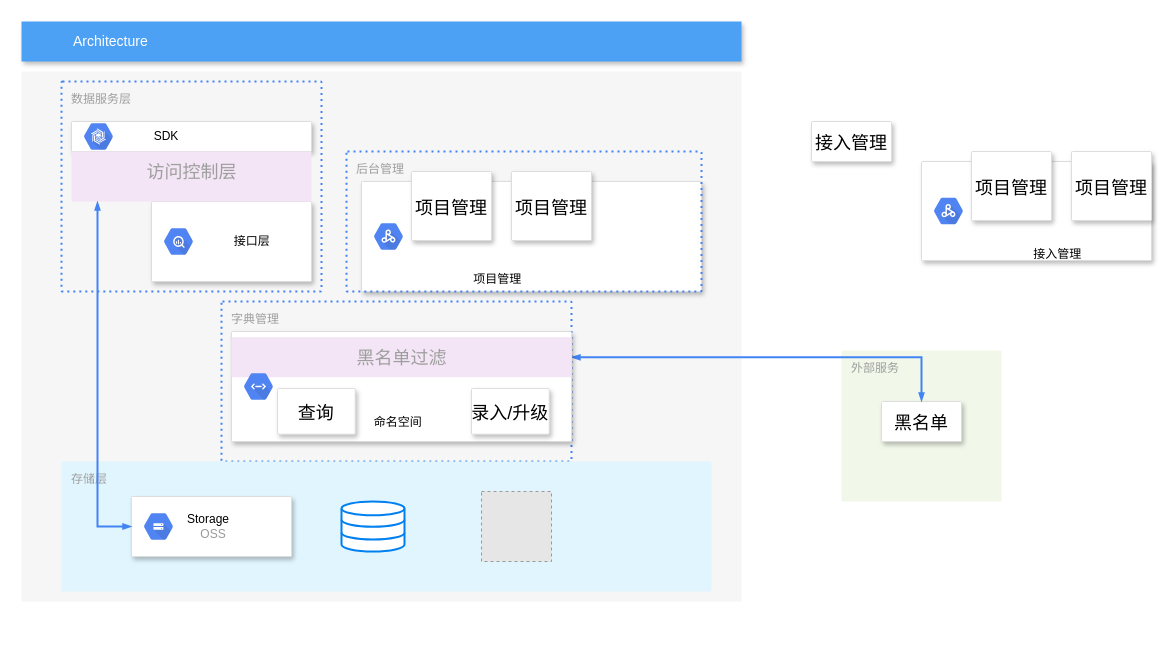
The draw.io diagram craft/tr_arch_1.drawio in feihu618/drawio, before the edit. Source tidied: cells renumbered, new cells numbered last; positions are measured from the earlier drawing's top-left corner, leaving out a move shared by most shapes. Both pictures are drawn from the tidied source at 100%, with x=0, y=0 at pixel (21, 21). Pictures stored in the file or linked from it are replaced by grey dashed boxes.
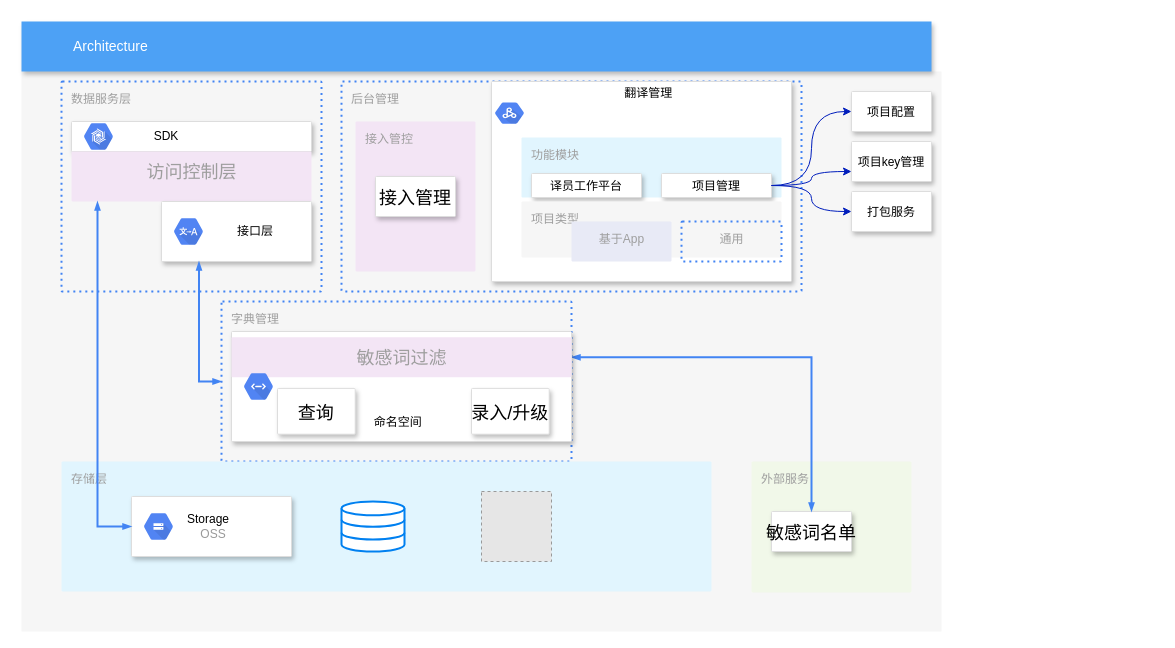
The same page after the edit.

Unchanged cells that the change refers to:
```xml
<mxCell id="3" value="字典管理" style="rounded=1;absoluteArcSize=1;arcSize=2;html=1;strokeColor=#4284F3;gradientColor=none;shadow=0;dashed=1;fontSize=12;fontColor=#9E9E9E;align=left;verticalAlign=top;spacing=10;spacingTop=-4;fillColor=none;dashPattern=1 2;strokeWidth=2;" parent="1" vertex="1">
  <mxGeometry x="200" y="280" width="350" height="160" as="geometry" />
</mxCell>
<mxCell id="24" style="strokeColor=#dddddd;shadow=1;strokeWidth=1;rounded=1;absoluteArcSize=1;arcSize=2;fontSize=18;align=center;" parent="1" vertex="1">
  <mxGeometry x="210" y="310" width="340" height="110" as="geometry" />
</mxCell>
```

What changed in the source:
```diff
@@
     <mxCell id="2" style="fillColor=#F6F6F6;strokeColor=none;shadow=0;gradientColor=none;fontSize=14;align=left;spacing=10;fontColor=#717171;9E9E9E;verticalAlign=top;spacingTop=-4;fontStyle=0;spacingLeft=40;html=1;" parent="1" vertex="1">
-      <mxGeometry y="50" width="720" height="530" as="geometry" />
+      <mxGeometry y="50" width="920" height="560" as="geometry" />
     </mxCell>
@@
     <mxCell id="5" value="Architecture" style="fillColor=#4DA1F5;strokeColor=none;shadow=1;gradientColor=none;fontSize=14;align=left;spacingLeft=50;fontColor=#ffffff;html=1;" parent="1" vertex="1">
-      <mxGeometry width="720" height="40" as="geometry" />
+      <mxGeometry width="910" height="50" as="geometry" />
     </mxCell>
-    <mxCell id="6" style="strokeColor=#dddddd;fillColor=#ffffff;shadow=1;strokeWidth=1;rounded=1;absoluteArcSize=1;arcSize=2;fontSize=10;fontColor=#9E9E9E;align=center;html=1;" parent="1" vertex="1">
-      <mxGeometry x="340" y="160" width="340" height="110" as="geometry" />
-    </mxCell>
-    <mxCell id="7" value="&lt;font color=&quot;#000000&quot;&gt;&amp;nbsp; &amp;nbsp; &amp;nbsp; &amp;nbsp; &amp;nbsp; &lt;br&gt;&lt;br&gt;&lt;br&gt;&amp;nbsp; &amp;nbsp; &amp;nbsp; &amp;nbsp; &amp;nbsp; &amp;nbsp; &amp;nbsp; &amp;nbsp; &amp;nbsp; &amp;nbsp; &amp;nbsp; &amp;nbsp; &amp;nbsp; &amp;nbsp; &lt;br&gt;&lt;br&gt;&lt;br&gt;&amp;nbsp; &amp;nbsp; &amp;nbsp; &amp;nbsp; &amp;nbsp; &amp;nbsp; &amp;nbsp; &amp;nbsp; &amp;nbsp; &amp;nbsp; &amp;nbsp; &amp;nbsp; &amp;nbsp; &amp;nbsp; &amp;nbsp; &amp;nbsp; &amp;nbsp; &amp;nbsp; &amp;nbsp;项目管理&lt;/font&gt;" style="dashed=0;html=1;fillColor=#5184F3;strokeColor=none;shape=mxgraph.gcp2.hexIcon;prIcon=cloud_dataproc;labelPosition=right;verticalLabelPosition=middle;align=center;verticalAlign=middle;spacingLeft=5;fontColor=#999999;fontSize=12;" parent="6" vertex="1">
-      <mxGeometry y="0.5" width="44" height="39" relative="1" as="geometry">
-        <mxPoint x="5" y="-19.5" as="offset" />
-      </mxGeometry>
-    </mxCell>
-    <mxCell id="8" value="项目管理" style="strokeColor=#dddddd;shadow=1;strokeWidth=1;rounded=1;absoluteArcSize=1;arcSize=2;fontSize=18;align=center;" parent="6" vertex="1">
-      <mxGeometry x="50" y="-10" width="80" height="69" as="geometry" />
-    </mxCell>
-    <mxCell id="9" value="项目管理" style="strokeColor=#dddddd;shadow=1;strokeWidth=1;rounded=1;absoluteArcSize=1;arcSize=2;fontSize=18;align=center;" parent="6" vertex="1">
-      <mxGeometry x="150" y="-10" width="80" height="69" as="geometry" />
-    </mxCell>
-    <mxCell id="10" value="后台管理" style="rounded=1;absoluteArcSize=1;arcSize=2;html=1;strokeColor=#4284F3;gradientColor=none;shadow=0;dashed=1;fontSize=12;fontColor=#9E9E9E;align=left;verticalAlign=top;spacing=10;spacingTop=-4;fillColor=none;dashPattern=1 2;strokeWidth=2;" parent="6" vertex="1">
-      <mxGeometry x="-15" y="-30" width="355" height="140" as="geometry" />
-    </mxCell>
-    <mxCell id="11" style="strokeColor=#dddddd;fillColor=#ffffff;shadow=1;strokeWidth=1;rounded=1;absoluteArcSize=1;arcSize=2;fontSize=10;fontColor=#9E9E9E;align=center;html=1;" parent="1" vertex="1">
-      <mxGeometry x="130" y="180" width="160" height="80" as="geometry" />
-    </mxCell>
-    <mxCell id="12" value="&lt;font color=&quot;#000000&quot;&gt;&amp;nbsp; &amp;nbsp; &amp;nbsp; &amp;nbsp; 接口层&lt;/font&gt;" style="dashed=0;html=1;fillColor=#5184F3;strokeColor=none;shape=mxgraph.gcp2.hexIcon;prIcon=bigquery;labelPosition=right;verticalLabelPosition=middle;align=left;verticalAlign=middle;spacingLeft=5;fontColor=#999999;fontSize=12;" parent="11" vertex="1">
-      <mxGeometry y="0.5" width="44" height="39" relative="1" as="geometry">
-        <mxPoint x="5" y="-19.5" as="offset" />
-      </mxGeometry>
-    </mxCell>
@@
-    <mxCell id="20" value="接入管理" style="strokeColor=#dddddd;shadow=1;strokeWidth=1;rounded=1;absoluteArcSize=1;arcSize=2;fontSize=18;align=center;" parent="1" vertex="1">
-      <mxGeometry x="790" y="100" width="80" height="40" as="geometry" />
-    </mxCell>
     <mxCell id="21" value="外部服务" style="sketch=0;rounded=1;absoluteArcSize=1;arcSize=2;html=1;strokeColor=none;gradientColor=none;shadow=0;dashed=0;fontSize=12;fontColor=#9E9E9E;align=left;verticalAlign=top;spacing=10;spacingTop=-4;fillColor=#F1F8E9;" parent="1" vertex="1">
-      <mxGeometry x="820" y="329" width="160" height="151" as="geometry" />
+      <mxGeometry x="730" y="440" width="160" height="131" as="geometry" />
     </mxCell>
-    <mxCell id="22" value="黑名单" style="strokeColor=#dddddd;shadow=1;strokeWidth=1;rounded=1;absoluteArcSize=1;arcSize=2;fontSize=18;align=center;" parent="1" vertex="1">
-      <mxGeometry x="860" y="380" width="80" height="40" as="geometry" />
+    <mxCell id="22" value="敏感词名单" style="strokeColor=#dddddd;shadow=1;strokeWidth=1;rounded=1;absoluteArcSize=1;arcSize=2;fontSize=18;align=center;" parent="1" vertex="1">
+      <mxGeometry x="750" y="490" width="80" height="40" as="geometry" />
     </mxCell>
@@
-    <mxCell id="25" value="&lt;span style=&quot;font-size: 18px&quot;&gt;黑名单过滤&lt;/span&gt;" style="sketch=0;points=[[0,0,0],[0.25,0,0],[0.5,0,0],[0.75,0,0],[1,0,0],[1,0.25,0],[1,0.5,0],[1,0.75,0],[1,1,0],[0.75,1,0],[0.5,1,0],[0.25,1,0],[0,1,0],[0,0.75,0],[0,0.5,0],[0,0.25,0]];rounded=1;absoluteArcSize=1;arcSize=2;html=1;strokeColor=none;gradientColor=none;shadow=0;dashed=0;fontSize=12;fontColor=#9E9E9E;align=center;verticalAlign=top;spacing=10;spacingTop=-4;fillColor=#F3E5F5;" parent="24" vertex="1">
+    <mxCell id="25" value="&lt;span style=&quot;font-size: 18px&quot;&gt;敏感词过滤&lt;/span&gt;" style="sketch=0;points=[[0,0,0],[0.25,0,0],[0.5,0,0],[0.75,0,0],[1,0,0],[1,0.25,0],[1,0.5,0],[1,0.75,0],[1,1,0],[0.75,1,0],[0.5,1,0],[0.25,1,0],[0,1,0],[0,0.75,0],[0,0.5,0],[0,0.25,0]];rounded=1;absoluteArcSize=1;arcSize=2;html=1;strokeColor=none;gradientColor=none;shadow=0;dashed=0;fontSize=12;fontColor=#9E9E9E;align=center;verticalAlign=top;spacing=10;spacingTop=-4;fillColor=#F3E5F5;" parent="24" vertex="1">
       <mxGeometry y="5.7" width="340" height="40.1" as="geometry" />
     </mxCell>
@@
-    <mxCell id="29" style="strokeColor=#dddddd;fillColor=#ffffff;shadow=1;strokeWidth=1;rounded=1;absoluteArcSize=1;arcSize=2;fontSize=10;fontColor=#9E9E9E;align=center;html=1;" parent="1" vertex="1">
-      <mxGeometry x="900" y="140" width="230" height="99" as="geometry" />
-    </mxCell>
-    <mxCell id="30" value="&lt;font color=&quot;#000000&quot;&gt;&amp;nbsp; &amp;nbsp; &amp;nbsp; &amp;nbsp; &amp;nbsp; &lt;br&gt;&lt;br&gt;&lt;br&gt;&amp;nbsp; &amp;nbsp; &amp;nbsp; &amp;nbsp; &amp;nbsp; &amp;nbsp; &amp;nbsp; &amp;nbsp; &amp;nbsp; &amp;nbsp; &amp;nbsp; &amp;nbsp; &amp;nbsp; &amp;nbsp; &lt;br&gt;&lt;br&gt;&lt;br&gt;&amp;nbsp; &amp;nbsp; &amp;nbsp; &amp;nbsp; &amp;nbsp; &amp;nbsp; &amp;nbsp; &amp;nbsp; &amp;nbsp; &amp;nbsp; &amp;nbsp; &amp;nbsp; &amp;nbsp; &amp;nbsp; &amp;nbsp; &amp;nbsp; &amp;nbsp; &amp;nbsp; &amp;nbsp;接入管理&lt;/font&gt;" style="dashed=0;html=1;fillColor=#5184F3;strokeColor=none;shape=mxgraph.gcp2.hexIcon;prIcon=cloud_dataproc;labelPosition=right;verticalLabelPosition=middle;align=center;verticalAlign=middle;spacingLeft=5;fontColor=#999999;fontSize=12;" parent="29" vertex="1">
-      <mxGeometry y="0.5" width="44" height="39" relative="1" as="geometry">
-        <mxPoint x="5" y="-19.5" as="offset" />
-      </mxGeometry>
-    </mxCell>
-    <mxCell id="31" value="项目管理" style="strokeColor=#dddddd;shadow=1;strokeWidth=1;rounded=1;absoluteArcSize=1;arcSize=2;fontSize=18;align=center;" parent="29" vertex="1">
-      <mxGeometry x="50" y="-10" width="80" height="69" as="geometry" />
-    </mxCell>
-    <mxCell id="32" value="项目管理" style="strokeColor=#dddddd;shadow=1;strokeWidth=1;rounded=1;absoluteArcSize=1;arcSize=2;fontSize=18;align=center;" parent="29" vertex="1">
-      <mxGeometry x="150" y="-10" width="80" height="69" as="geometry" />
-    </mxCell>
@@
+    <mxCell id="10" value="后台管理" style="rounded=1;absoluteArcSize=1;arcSize=2;html=1;strokeColor=#4284F3;gradientColor=none;shadow=0;dashed=1;fontSize=12;fontColor=#9E9E9E;align=left;verticalAlign=top;spacing=10;spacingTop=-4;fillColor=none;dashPattern=1 2;strokeWidth=2;" parent="1" vertex="1">
+      <mxGeometry x="320" y="60" width="460" height="210" as="geometry" />
+    </mxCell>
+    <mxCell id="35" style="group;" parent="1" vertex="1">
+      <mxGeometry x="334" y="100" width="120" height="150" as="geometry" />
+    </mxCell>
+    <mxCell id="36" value="接入管控" style="sketch=0;rounded=1;absoluteArcSize=1;arcSize=2;html=1;strokeColor=none;gradientColor=none;shadow=0;dashed=0;fontSize=12;fontColor=#9E9E9E;align=left;verticalAlign=top;spacing=10;spacingTop=-4;fillColor=#F3E5F5;" parent="35" vertex="1">
+      <mxGeometry width="120" height="150" as="geometry" />
+    </mxCell>
+    <mxCell id="20" value="接入管理" style="strokeColor=#dddddd;shadow=1;strokeWidth=1;rounded=1;absoluteArcSize=1;arcSize=2;fontSize=18;align=center;" parent="35" vertex="1">
+      <mxGeometry x="20" y="55" width="80" height="40" as="geometry" />
+    </mxCell>
+    <mxCell id="37" style="group;" parent="1" vertex="1">
+      <mxGeometry x="470" y="60" width="300" height="200" as="geometry" />
+    </mxCell>
+    <mxCell id="6" style="strokeColor=#dddddd;fillColor=#ffffff;shadow=1;strokeWidth=1;rounded=1;absoluteArcSize=1;arcSize=2;fontSize=10;fontColor=#9E9E9E;align=center;html=1;" parent="37" vertex="1">
+      <mxGeometry width="300" height="200" as="geometry" />
+    </mxCell>
+    <mxCell id="7" value="&lt;font color=&quot;#000000&quot;&gt;&amp;nbsp; &amp;nbsp; &amp;nbsp; &amp;nbsp; &amp;nbsp; &amp;nbsp; &amp;nbsp; &amp;nbsp; &amp;nbsp; &amp;nbsp; &amp;nbsp; &amp;nbsp; &amp;nbsp; &amp;nbsp; &amp;nbsp; &amp;nbsp; &amp;nbsp; &amp;nbsp; &amp;nbsp; &amp;nbsp; &amp;nbsp; &amp;nbsp; &amp;nbsp; &amp;nbsp; &amp;nbsp; &amp;nbsp; 翻译管理&lt;/font&gt;" style="dashed=0;html=1;fillColor=#5184F3;strokeColor=none;shape=mxgraph.gcp2.hexIcon;prIcon=cloud_dataproc;labelPosition=right;verticalLabelPosition=middle;align=center;verticalAlign=middle;spacingLeft=5;fontColor=#999999;fontSize=12;" parent="37" vertex="1">
+      <mxGeometry x="-4" y="16" width="44" height="31.2" as="geometry">
+        <mxPoint x="5" y="-19.5" as="offset" />
+      </mxGeometry>
+    </mxCell>
+    <mxCell id="38" style="group;" parent="37" vertex="1">
+      <mxGeometry x="30" y="56" width="260" height="132" as="geometry" />
+    </mxCell>
+    <mxCell id="39" value="功能模块" style="sketch=0;rounded=1;absoluteArcSize=1;arcSize=2;html=1;strokeColor=none;gradientColor=none;shadow=0;dashed=0;fontSize=12;fontColor=#9E9E9E;align=left;verticalAlign=top;spacing=10;spacingTop=-4;fillColor=#E1F5FE;" parent="38" vertex="1">
+      <mxGeometry width="260" height="60" as="geometry" />
+    </mxCell>
+    <mxCell id="9" value="项目管理" style="strokeColor=#dddddd;shadow=1;strokeWidth=1;rounded=1;absoluteArcSize=1;arcSize=2;fontSize=12;align=center;" parent="38" vertex="1">
+      <mxGeometry x="140" y="36" width="110" height="24" as="geometry" />
+    </mxCell>
+    <mxCell id="40" value="译员工作平台" style="strokeColor=#dddddd;shadow=1;strokeWidth=1;rounded=1;absoluteArcSize=1;arcSize=2;fontSize=12;align=center;" parent="38" vertex="1">
+      <mxGeometry x="10" y="36" width="110" height="24" as="geometry" />
+    </mxCell>
+    <mxCell id="41" value="项目类型" style="sketch=0;rounded=1;absoluteArcSize=1;arcSize=2;html=1;strokeColor=none;gradientColor=none;shadow=0;dashed=0;fontSize=12;fontColor=#9E9E9E;align=left;verticalAlign=top;spacing=10;spacingTop=-4;fillColor=#F6F6F6;" parent="37" vertex="1">
+      <mxGeometry x="30" y="120" width="260" height="56" as="geometry" />
+    </mxCell>
+    <mxCell id="42" value="基于App" style="sketch=0;rounded=1;absoluteArcSize=1;arcSize=2;html=1;strokeColor=none;gradientColor=none;shadow=0;dashed=0;fontSize=12;fontColor=#9E9E9E;align=center;verticalAlign=top;spacing=10;spacingTop=-4;fillColor=#E8EAF6;" parent="41" vertex="1">
+      <mxGeometry width="100" height="40" relative="1" as="geometry">
+        <mxPoint x="50" y="20" as="offset" />
+      </mxGeometry>
+    </mxCell>
+    <mxCell id="43" value="通用" style="rounded=1;absoluteArcSize=1;arcSize=2;html=1;strokeColor=none;gradientColor=none;shadow=0;dashed=1;strokeColor=#4284F3;fontSize=12;fontColor=#9E9E9E;align=center;verticalAlign=top;spacing=10;spacingTop=-4;fillColor=none;dashPattern=1 2;strokeWidth=2;" parent="41" vertex="1">
+      <mxGeometry width="100" height="40" relative="1" as="geometry">
+        <mxPoint x="160" y="20" as="offset" />
+      </mxGeometry>
+    </mxCell>
+    <mxCell id="44" style="strokeColor=#dddddd;shadow=1;strokeWidth=1;rounded=1;absoluteArcSize=1;arcSize=2;fontSize=12;align=center;" parent="1" vertex="1">
+      <mxGeometry x="140" y="180" width="150" height="60" as="geometry" />
+    </mxCell>
+    <mxCell id="12" value="&lt;span style=&quot;color: rgb(0 , 0 , 0)&quot;&gt;&amp;nbsp; &amp;nbsp; &amp;nbsp; 接口层&lt;/span&gt;" style="sketch=0;dashed=0;html=1;fillColor=#5184F3;strokeColor=none;shape=mxgraph.gcp2.hexIcon;prIcon=cloud_translation_api;labelPosition=right;verticalLabelPosition=middle;align=left;verticalAlign=middle;spacingLeft=5;fontColor=#999999;fontSize=12;" parent="44" vertex="1">
+      <mxGeometry y="0.5" width="44" height="39" relative="1" as="geometry">
+        <mxPoint x="5" y="-19.5" as="offset" />
+      </mxGeometry>
+    </mxCell>
+    <mxCell id="45" value="项目配置" style="strokeColor=#dddddd;shadow=1;strokeWidth=1;rounded=1;absoluteArcSize=1;arcSize=2;fontSize=12;align=center;" parent="1" vertex="1">
+      <mxGeometry x="830" y="70" width="80" height="40" as="geometry" />
+    </mxCell>
+    <mxCell id="46" value="项目key管理" style="strokeColor=#dddddd;shadow=1;strokeWidth=1;rounded=1;absoluteArcSize=1;arcSize=2;fontSize=12;align=center;" parent="1" vertex="1">
+      <mxGeometry x="830" y="120" width="80" height="40" as="geometry" />
+    </mxCell>
+    <mxCell id="47" value="打包服务" style="strokeColor=#dddddd;shadow=1;strokeWidth=1;rounded=1;absoluteArcSize=1;arcSize=2;fontSize=12;align=center;" parent="1" vertex="1">
+      <mxGeometry x="830" y="170" width="80" height="40" as="geometry" />
+    </mxCell>
+    <mxCell id="48" style="edgeStyle=orthogonalEdgeStyle;curved=1;rounded=0;jettySize=auto;html=1;entryX=0;entryY=0.5;entryDx=0;entryDy=0;fontSize=12;fillColor=#0050ef;strokeColor=#001DBC;" parent="1" edge="1" source="9" target="45">
+      <mxGeometry relative="1" as="geometry" />
+    </mxCell>
+    <mxCell id="49" style="edgeStyle=orthogonalEdgeStyle;curved=1;rounded=0;jettySize=auto;html=1;entryX=0;entryY=0.75;entryDx=0;entryDy=0;fontSize=12;fillColor=#0050ef;strokeColor=#001DBC;" parent="1" edge="1" source="9" target="46">
+      <mxGeometry relative="1" as="geometry" />
+    </mxCell>
+    <mxCell id="50" style="edgeStyle=orthogonalEdgeStyle;curved=1;rounded=0;jettySize=auto;html=1;entryX=0;entryY=0.5;entryDx=0;entryDy=0;fontSize=12;fillColor=#0050ef;strokeColor=#001DBC;" parent="1" edge="1" source="9" target="47">
+      <mxGeometry relative="1" as="geometry" />
+    </mxCell>
+    <mxCell id="51" style="edgeStyle=orthogonalEdgeStyle;rounded=0;html=1;labelBackgroundColor=none;startFill=1;startSize=4;endArrow=blockThin;endFill=1;endSize=4;jettySize=auto;strokeColor=#4284F3;strokeWidth=2;fontSize=12;fontColor=#000000;align=center;dashed=0;startArrow=blockThin;exitX=0.25;exitY=1;exitDx=0;exitDy=0;entryX=0;entryY=0.5;entryDx=0;entryDy=0;" parent="1" edge="1" source="44" target="3">
+      <mxGeometry relative="1" as="geometry">
+        <Array as="points">
+          <mxPoint x="178" y="360" />
+        </Array>
+      </mxGeometry>
+    </mxCell>
```
